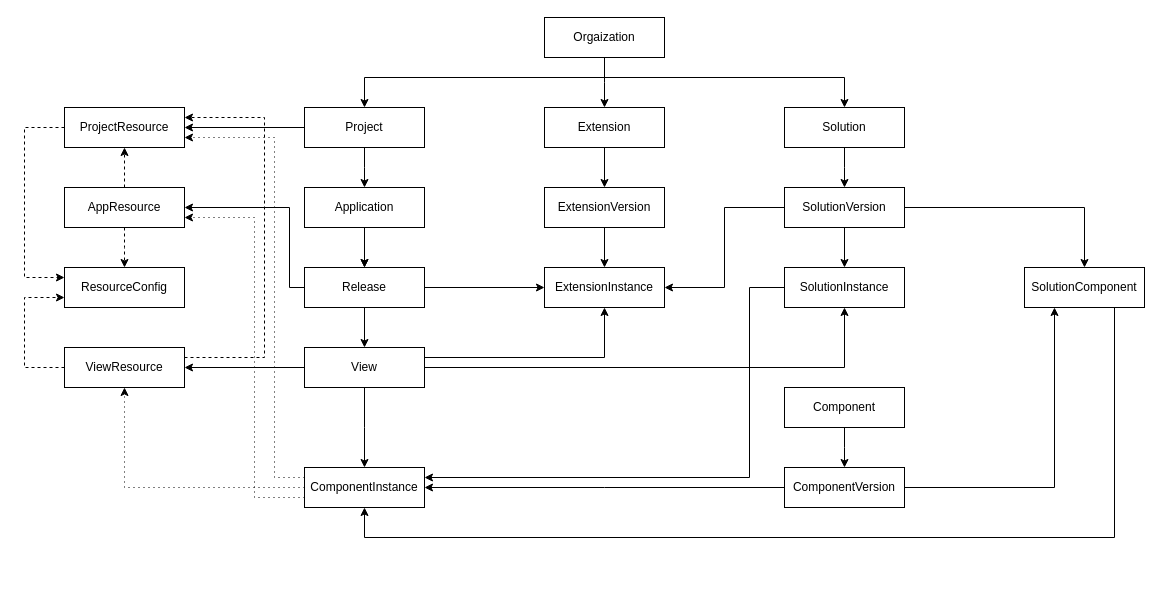
wenchuanli1989/groot keeps this draw.io diagram as doc/系统结构.dio. Above is the earlier version. Source tidied: cells renumbered, new cells numbered last; positions are measured from the earlier drawing's top-left corner, leaving out a move shared by most shapes. Both pictures are drawn from the tidied source at 100%, with x=0, y=0 at pixel (24, 17).
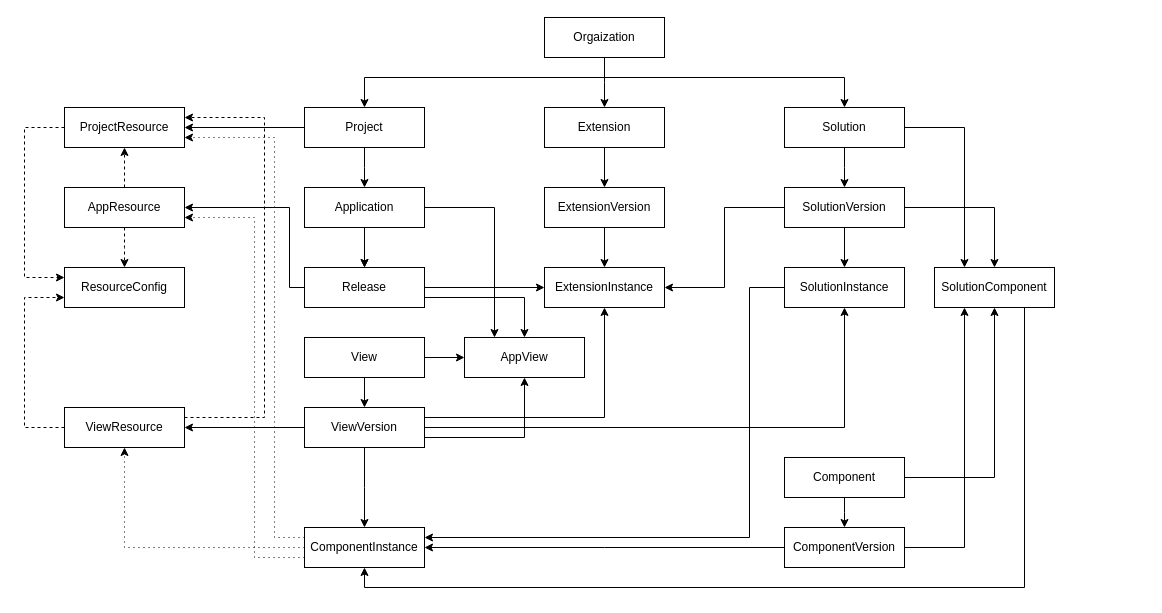
The same page after the edit.

The change refers to these unchanged cells:
```xml
<mxCell id="13" value="Application" style="whiteSpace=wrap;html=1;" parent="1" vertex="1">
  <mxGeometry x="280" y="170" width="120" height="40" as="geometry" />
</mxCell>
<mxCell id="15" value="Solution" style="whiteSpace=wrap;html=1;" parent="1" vertex="1">
  <mxGeometry x="760" y="90" width="120" height="40" as="geometry" />
</mxCell>
<mxCell id="28" value="Release" style="whiteSpace=wrap;html=1;" parent="1" vertex="1">
  <mxGeometry x="280" y="250" width="120" height="40" as="geometry" />
</mxCell>
<mxCell id="46" value="ProjectResource" style="whiteSpace=wrap;html=1;" parent="1" vertex="1">
  <mxGeometry x="40" y="90" width="120" height="40" as="geometry" />
</mxCell>
<mxCell id="49" value="AppResource" style="whiteSpace=wrap;html=1;" parent="1" vertex="1">
  <mxGeometry x="40" y="170" width="120" height="40" as="geometry" />
</mxCell>
```

The edit, as a diff of the source:
```diff
@@
+    <mxCell id="54" style="edgeStyle=orthogonalEdgeStyle;rounded=0;html=1;entryX=0.25;entryY=0;entryDx=0;entryDy=0;elbow=vertical;" parent="1" edge="1" source="13" target="62">
+      <mxGeometry relative="1" as="geometry" />
+    </mxCell>
@@
+    <mxCell id="55" style="edgeStyle=orthogonalEdgeStyle;rounded=0;html=1;entryX=0.25;entryY=0;entryDx=0;entryDy=0;elbow=vertical;" parent="1" edge="1" source="15" target="52">
+      <mxGeometry relative="1" as="geometry" />
+    </mxCell>
@@
+    <mxCell id="56" style="edgeStyle=orthogonalEdgeStyle;rounded=0;html=1;exitX=1;exitY=0.75;exitDx=0;exitDy=0;entryX=0.5;entryY=1;entryDx=0;entryDy=0;" parent="1" edge="1" source="24" target="62">
+      <mxGeometry relative="1" as="geometry" />
+    </mxCell>
-    <mxCell id="24" value="View" style="whiteSpace=wrap;html=1;" parent="1" vertex="1">
-      <mxGeometry x="280" y="330" width="120" height="40" as="geometry" />
+    <mxCell id="24" value="ViewVersion" style="whiteSpace=wrap;html=1;" parent="1" vertex="1">
+      <mxGeometry x="280" y="390" width="120" height="40" as="geometry" />
     </mxCell>
@@
-    <mxCell id="27" style="edgeStyle=none;html=1;entryX=0.5;entryY=0;entryDx=0;entryDy=0;" parent="1" edge="1" source="28" target="24">
-      <mxGeometry relative="1" as="geometry" />
-    </mxCell>
+    <mxCell id="57" style="edgeStyle=orthogonalEdgeStyle;html=1;exitX=1;exitY=0.75;exitDx=0;exitDy=0;entryX=0.5;entryY=0;entryDx=0;entryDy=0;rounded=0;" parent="1" edge="1" source="28" target="62">
+      <mxGeometry relative="1" as="geometry" />
+    </mxCell>
@@
+    <mxCell id="58" style="edgeStyle=orthogonalEdgeStyle;rounded=0;html=1;entryX=0.5;entryY=1;entryDx=0;entryDy=0;elbow=vertical;" parent="1" edge="1" source="31" target="52">
+      <mxGeometry relative="1" as="geometry" />
+    </mxCell>
     <mxCell id="31" value="Component" style="whiteSpace=wrap;html=1;" parent="1" vertex="1">
-      <mxGeometry x="760" y="370" width="120" height="40" as="geometry" />
+      <mxGeometry x="760" y="440" width="120" height="40" as="geometry" />
     </mxCell>
@@
     <mxCell id="35" style="edgeStyle=orthogonalEdgeStyle;rounded=0;html=1;exitX=0;exitY=0.75;exitDx=0;exitDy=0;entryX=1;entryY=0.75;entryDx=0;entryDy=0;dashed=1;dashPattern=1 4;" parent="1" edge="1" source="36" target="49">
       <mxGeometry relative="1" as="geometry">
         <Array as="points">
-          <mxPoint x="230" y="480" />
+          <mxPoint x="230" y="540" />
           <mxPoint x="230" y="200" />
         </Array>
       </mxGeometry>
     </mxCell>
     <mxCell id="36" value="ComponentInstance" style="whiteSpace=wrap;html=1;" parent="1" vertex="1">
-      <mxGeometry x="280" y="450" width="120" height="40" as="geometry" />
+      <mxGeometry x="280" y="510" width="120" height="40" as="geometry" />
     </mxCell>
-    <mxCell id="37" style="edgeStyle=elbowEdgeStyle;rounded=0;html=1;entryX=0.25;entryY=1;entryDx=0;entryDy=0;" parent="1" edge="1" source="38" target="52">
-      <mxGeometry relative="1" as="geometry">
-        <Array as="points">
-          <mxPoint x="1030" y="380" />
-        </Array>
-      </mxGeometry>
+    <mxCell id="37" style="edgeStyle=orthogonalEdgeStyle;rounded=0;html=1;entryX=0.25;entryY=1;entryDx=0;entryDy=0;elbow=vertical;" parent="1" edge="1" source="38" target="52">
+      <mxGeometry relative="1" as="geometry" />
     </mxCell>
     <mxCell id="38" value="ComponentVersion" style="whiteSpace=wrap;html=1;" parent="1" vertex="1">
-      <mxGeometry x="760" y="450" width="120" height="40" as="geometry" />
+      <mxGeometry x="760" y="510" width="120" height="40" as="geometry" />
     </mxCell>
@@
     <mxCell id="42" style="edgeStyle=orthogonalEdgeStyle;rounded=0;html=1;entryX=1;entryY=0.25;entryDx=0;entryDy=0;exitX=1;exitY=0.25;exitDx=0;exitDy=0;dashed=1;" parent="1" edge="1" source="44" target="46">
       <mxGeometry relative="1" as="geometry">
         <Array as="points">
-          <mxPoint x="240" y="340" />
+          <mxPoint x="240" y="400" />
           <mxPoint x="240" y="100" />
         </Array>
       </mxGeometry>
     </mxCell>
@@
     <mxCell id="44" value="ViewResource" style="whiteSpace=wrap;html=1;" parent="1" vertex="1">
-      <mxGeometry x="40" y="330" width="120" height="40" as="geometry" />
+      <mxGeometry x="40" y="390" width="120" height="40" as="geometry" />
     </mxCell>
@@
     <mxCell id="50" style="edgeStyle=orthogonalEdgeStyle;rounded=0;html=1;exitX=0;exitY=0.25;exitDx=0;exitDy=0;entryX=1;entryY=0.75;entryDx=0;entryDy=0;dashed=1;dashPattern=1 4;" parent="1" edge="1" source="36" target="46">
       <mxGeometry relative="1" as="geometry">
         <Array as="points">
-          <mxPoint x="250" y="460" />
+          <mxPoint x="250" y="520" />
           <mxPoint x="250" y="120" />
         </Array>
       </mxGeometry>
     </mxCell>
     <mxCell id="51" style="edgeStyle=elbowEdgeStyle;rounded=0;html=1;exitX=0.75;exitY=1;exitDx=0;exitDy=0;entryX=0.5;entryY=1;entryDx=0;entryDy=0;elbow=vertical;" parent="1" edge="1" source="52" target="36">
       <mxGeometry relative="1" as="geometry">
         <Array as="points">
-          <mxPoint x="695" y="520" />
+          <mxPoint x="710" y="570" />
         </Array>
       </mxGeometry>
     </mxCell>
     <mxCell id="52" value="SolutionComponent" style="whiteSpace=wrap;html=1;" parent="1" vertex="1">
-      <mxGeometry x="1000" y="250" width="120" height="40" as="geometry" />
+      <mxGeometry x="910" y="250" width="120" height="40" as="geometry" />
     </mxCell>
@@
+    <mxCell id="59" style="edgeStyle=none;html=1;entryX=0.5;entryY=0;entryDx=0;entryDy=0;" parent="1" edge="1" source="61" target="24">
+      <mxGeometry relative="1" as="geometry" />
+    </mxCell>
+    <mxCell id="60" style="edgeStyle=orthogonalEdgeStyle;rounded=0;html=1;exitX=1;exitY=0.5;exitDx=0;exitDy=0;entryX=0;entryY=0.5;entryDx=0;entryDy=0;elbow=vertical;" parent="1" edge="1" source="61" target="62">
+      <mxGeometry relative="1" as="geometry" />
+    </mxCell>
+    <mxCell id="61" value="View" style="whiteSpace=wrap;html=1;" parent="1" vertex="1">
+      <mxGeometry x="280" y="320" width="120" height="40" as="geometry" />
+    </mxCell>
+    <mxCell id="62" value="AppView" style="whiteSpace=wrap;html=1;" parent="1" vertex="1">
+      <mxGeometry x="440" y="320" width="120" height="40" as="geometry" />
+    </mxCell>
```
